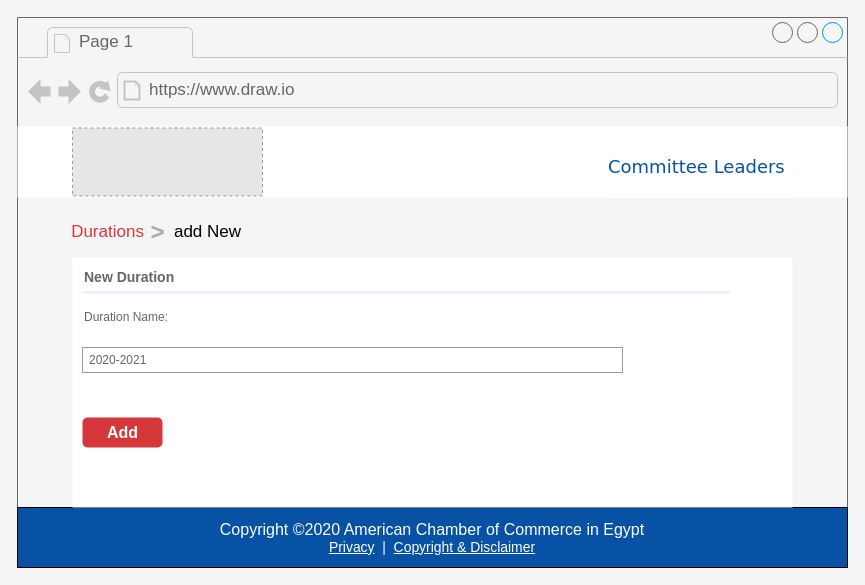
Earlier version of the draw.io diagram page "add-duration" (2 of 5) of Committee Leaders.drawio (asayedio/TrackingERD). Source tidied: cells renumbered, new cells numbered last; positions are measured from the earlier drawing's top-left corner, leaving out a move shared by most shapes. Both pictures are drawn from the tidied source at 100%, with x=0, y=0 at pixel (17, 17). Pictures stored in the file or linked from it are replaced by grey dashed boxes.
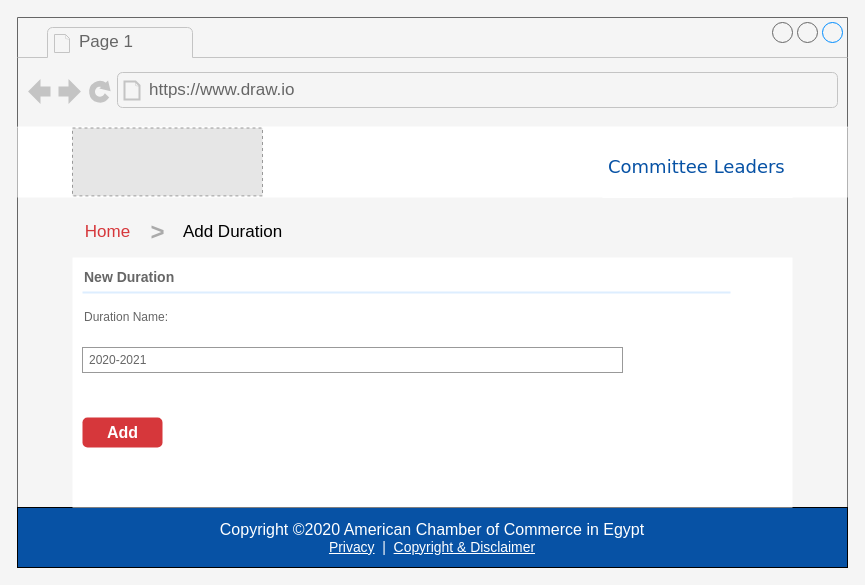
The same page after the edit.

The change refers to these unchanged cells:
```xml
<mxCell id="2" style="strokeWidth=1;shadow=0;dashed=0;align=center;html=1;shape=mxgraph.mockup.containers.browserWindow;rSize=0;strokeColor2=#008cff;strokeColor3=#c4c4c4;mainText=,;fillColor=#F5F5F5;strokeColor=none;" parent="1" vertex="1">
  <mxGeometry width="830" height="550" as="geometry" />
</mxCell>
```

The edit, as a diff of the source:
```diff
@@
-    <mxCell id="14" value="&lt;font color=&quot;#d6373b&quot; style=&quot;font-weight: normal&quot;&gt;Durations&lt;/font&gt;" style="strokeWidth=1;shadow=0;dashed=0;align=center;html=1;shape=mxgraph.mockup.navigation.anchor;fontSize=17;fontColor=#666666;fontStyle=1;sketch=0;fillColor=#f5f5f5;gradientColor=none;" parent="2" vertex="1">
+    <mxCell id="14" value="&lt;font color=&quot;#d6373b&quot; style=&quot;font-weight: normal&quot;&gt;Home&lt;/font&gt;" style="strokeWidth=1;shadow=0;dashed=0;align=center;html=1;shape=mxgraph.mockup.navigation.anchor;fontSize=17;fontColor=#666666;fontStyle=1;sketch=0;fillColor=#f5f5f5;gradientColor=none;" parent="2" vertex="1">
       <mxGeometry x="60" y="200" width="60" height="30" as="geometry" />
     </mxCell>
@@
-    <mxCell id="16" value="&lt;font color=&quot;#000000&quot; style=&quot;font-weight: normal&quot;&gt;add New&lt;/font&gt;" style="strokeWidth=1;shadow=0;dashed=0;align=center;html=1;shape=mxgraph.mockup.navigation.anchor;fontSize=17;fontColor=#008cff;fontStyle=1;sketch=0;fillColor=#f5f5f5;gradientColor=none;" parent="2" vertex="1">
-      <mxGeometry x="160" y="200" width="60" height="30" as="geometry" />
+    <mxCell id="16" value="&lt;font color=&quot;#000000&quot; style=&quot;font-weight: normal&quot;&gt;Add Duration&lt;/font&gt;" style="strokeWidth=1;shadow=0;dashed=0;align=center;html=1;shape=mxgraph.mockup.navigation.anchor;fontSize=17;fontColor=#008cff;fontStyle=1;sketch=0;fillColor=#f5f5f5;gradientColor=none;" parent="2" vertex="1">
+      <mxGeometry x="185" y="200" width="60" height="30" as="geometry" />
     </mxCell>
```
